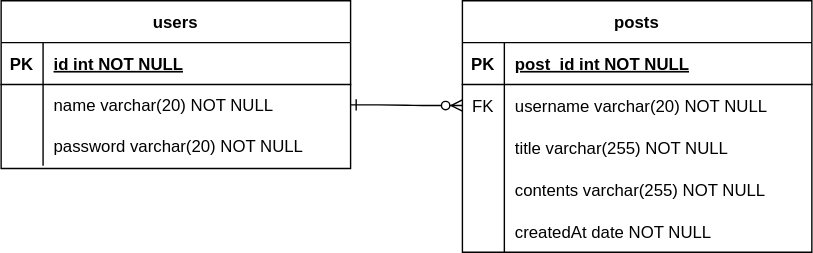
Chaeyounglim/myBlog keeps this draw.io diagram as DB Structure.drawio.svg. Above is the earlier version. Source tidied: cells renumbered, new cells last; positions are measured from the earlier drawing's top-left corner, leaving out a move shared by most shapes. The source it was exported from:
```xml
<mxGraphModel background="#FFFFFF">
  <root>
    <mxCell id="0" />
    <mxCell id="1" parent="0" />
    <mxCell id="2" style="edgeStyle=entityRelationEdgeStyle;endArrow=ERzeroToMany;startArrow=ERone;endFill=1;startFill=0;exitX=1;exitY=0.5;exitDx=0;exitDy=0;" parent="1" edge="1" source="23" target="7">
      <mxGeometry relative="1" as="geometry" />
    </mxCell>
    <mxCell id="3" value="posts" style="shape=table;startSize=30;rowLines=0;fontStyle=1;align=center;" parent="1" vertex="1">
      <mxGeometry x="330" width="250" height="180" as="geometry" />
    </mxCell>
    <mxCell id="4" style="shape=partialRectangle;fillColor=none;top=0;left=0;right=0;bottom=1;" parent="3" vertex="1">
      <mxGeometry y="30" width="250" height="30" as="geometry" />
    </mxCell>
    <mxCell id="5" value="PK" style="shape=partialRectangle;overflow=hidden;fillColor=none;top=0;left=0;bottom=0;right=0;fontStyle=1;" parent="4" vertex="1">
      <mxGeometry width="30" height="30" as="geometry" />
    </mxCell>
    <mxCell id="6" value="post_id int NOT NULL " style="shape=partialRectangle;overflow=hidden;fillColor=none;top=0;left=0;bottom=0;right=0;align=left;spacingLeft=6;fontStyle=5;" parent="4" vertex="1">
      <mxGeometry x="30" width="220" height="30" as="geometry" />
    </mxCell>
    <mxCell id="7" style="shape=partialRectangle;fillColor=none;points=[[0,0.5],[1,0.5]];portConstraint=eastwest;top=0;left=0;right=0;bottom=0;" parent="3" vertex="1">
      <mxGeometry y="60" width="250" height="30" as="geometry" />
    </mxCell>
    <mxCell id="8" value="FK" style="shape=partialRectangle;overflow=hidden;fillColor=none;top=0;left=0;bottom=0;right=0;" parent="7" vertex="1">
      <mxGeometry width="30" height="30" as="geometry" />
    </mxCell>
    <mxCell id="9" value="username varchar(20) NOT NULL" style="shape=partialRectangle;overflow=hidden;fillColor=none;top=0;left=0;bottom=0;right=0;align=left;spacingLeft=6;" parent="7" vertex="1">
      <mxGeometry x="30" width="220" height="30" as="geometry" />
    </mxCell>
    <mxCell id="10" style="shape=partialRectangle;fillColor=none;top=0;left=0;right=0;bottom=0;" parent="3" vertex="1">
      <mxGeometry y="90" width="250" height="30" as="geometry" />
    </mxCell>
    <mxCell id="11" style="shape=partialRectangle;overflow=hidden;fillColor=none;top=0;left=0;bottom=0;right=0;" parent="10" vertex="1">
      <mxGeometry width="30" height="30" as="geometry" />
    </mxCell>
    <mxCell id="12" value="title varchar(255) NOT NULL" style="shape=partialRectangle;overflow=hidden;fillColor=none;top=0;left=0;bottom=0;right=0;align=left;spacingLeft=6;" parent="10" vertex="1">
      <mxGeometry x="30" width="220" height="30" as="geometry" />
    </mxCell>
    <mxCell id="13" style="shape=partialRectangle;fillColor=none;top=0;left=0;right=0;bottom=0;" parent="3" vertex="1">
      <mxGeometry y="120" width="250" height="30" as="geometry" />
    </mxCell>
    <mxCell id="14" style="shape=partialRectangle;overflow=hidden;fillColor=none;top=0;left=0;bottom=0;right=0;" parent="13" vertex="1">
      <mxGeometry width="30" height="30" as="geometry" />
    </mxCell>
    <mxCell id="15" value="contents varchar(255) NOT NULL" style="shape=partialRectangle;overflow=hidden;fillColor=none;top=0;left=0;bottom=0;right=0;align=left;spacingLeft=6;" parent="13" vertex="1">
      <mxGeometry x="30" width="220" height="30" as="geometry" />
    </mxCell>
    <mxCell id="16" style="shape=partialRectangle;fillColor=none;top=0;left=0;right=0;bottom=0;" parent="3" vertex="1">
      <mxGeometry y="150" width="250" height="30" as="geometry" />
    </mxCell>
    <mxCell id="17" style="shape=partialRectangle;overflow=hidden;fillColor=none;top=0;left=0;bottom=0;right=0;" parent="16" vertex="1">
      <mxGeometry width="30" height="30" as="geometry" />
    </mxCell>
    <mxCell id="18" value="createdAt date NOT NULL" style="shape=partialRectangle;overflow=hidden;fillColor=none;top=0;left=0;bottom=0;right=0;align=left;spacingLeft=6;" parent="16" vertex="1">
      <mxGeometry x="30" width="220" height="30" as="geometry" />
    </mxCell>
    <mxCell id="19" value="users" style="shape=table;startSize=30;rowLines=0;fontStyle=1;align=center;" parent="1" vertex="1">
      <mxGeometry width="250" height="120" as="geometry" />
    </mxCell>
    <mxCell id="20" style="shape=partialRectangle;fillColor=none;top=0;left=0;right=0;bottom=1;" parent="19" vertex="1">
      <mxGeometry y="30" width="250" height="30" as="geometry" />
    </mxCell>
    <mxCell id="21" value="PK" style="shape=partialRectangle;overflow=hidden;fillColor=none;top=0;left=0;bottom=0;right=0;fontStyle=1;" parent="20" vertex="1">
      <mxGeometry width="30" height="30" as="geometry" />
    </mxCell>
    <mxCell id="22" value="id int NOT NULL " style="shape=partialRectangle;overflow=hidden;fillColor=none;top=0;left=0;bottom=0;right=0;align=left;spacingLeft=6;fontStyle=5;" parent="20" vertex="1">
      <mxGeometry x="30" width="220" height="30" as="geometry" />
    </mxCell>
    <mxCell id="23" style="shape=partialRectangle;fillColor=none;points=[[0,0.5],[1,0.5]];portConstraint=eastwest;top=0;left=0;right=0;bottom=0;" parent="19" vertex="1">
      <mxGeometry y="60" width="250" height="29" as="geometry" />
    </mxCell>
    <mxCell id="24" style="shape=partialRectangle;overflow=hidden;fillColor=none;top=0;left=0;bottom=0;right=0;" parent="23" vertex="1">
      <mxGeometry width="30" height="29" as="geometry" />
    </mxCell>
    <mxCell id="25" value="name varchar(20) NOT NULL" style="shape=partialRectangle;overflow=hidden;fillColor=none;top=0;left=0;bottom=0;right=0;align=left;spacingLeft=6;" parent="23" vertex="1">
      <mxGeometry x="30" width="220" height="29" as="geometry" />
    </mxCell>
    <mxCell id="26" style="shape=partialRectangle;fillColor=none;top=0;left=0;right=0;bottom=0;" parent="19" vertex="1">
      <mxGeometry y="89" width="250" height="29" as="geometry" />
    </mxCell>
    <mxCell id="27" style="shape=partialRectangle;overflow=hidden;fillColor=none;top=0;left=0;bottom=0;right=0;" parent="26" vertex="1">
      <mxGeometry width="30" height="29" as="geometry" />
    </mxCell>
    <mxCell id="28" value="password varchar(20) NOT NULL" style="shape=partialRectangle;overflow=hidden;fillColor=none;top=0;left=0;bottom=0;right=0;align=left;spacingLeft=6;" parent="26" vertex="1">
      <mxGeometry x="30" width="220" height="29" as="geometry" />
    </mxCell>
  </root>
</mxGraphModel>
```
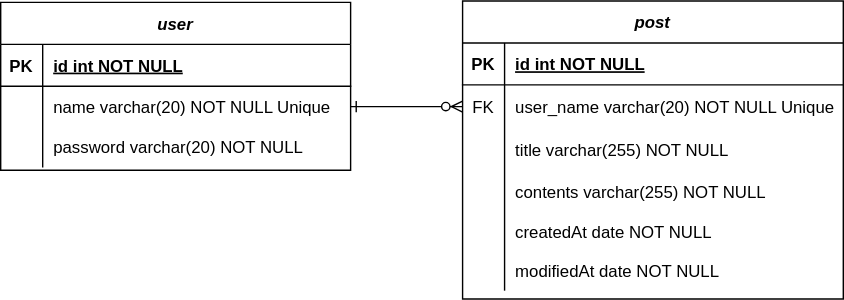
After the commit.

Change to the diagram source:
```diff
@@ -5,55 +5,64 @@
     <mxCell id="2" style="edgeStyle=entityRelationEdgeStyle;endArrow=ERzeroToMany;startArrow=ERone;endFill=1;startFill=0;exitX=1;exitY=0.5;exitDx=0;exitDy=0;" parent="1" edge="1" source="23" target="7">
       <mxGeometry relative="1" as="geometry" />
     </mxCell>
-    <mxCell id="3" value="posts" style="shape=table;startSize=30;rowLines=0;fontStyle=1;align=center;" parent="1" vertex="1">
-      <mxGeometry x="330" width="250" height="180" as="geometry" />
+    <mxCell id="3" value="post" style="shape=table;startSize=30;rowLines=0;fontStyle=3;align=center;" parent="1" vertex="1">
+      <mxGeometry x="330" y="-1" width="272" height="213" as="geometry" />
     </mxCell>
     <mxCell id="4" style="shape=partialRectangle;fillColor=none;top=0;left=0;right=0;bottom=1;" parent="3" vertex="1">
-      <mxGeometry y="30" width="250" height="30" as="geometry" />
+      <mxGeometry y="30" width="272" height="30" as="geometry" />
     </mxCell>
     <mxCell id="5" value="PK" style="shape=partialRectangle;overflow=hidden;fillColor=none;top=0;left=0;bottom=0;right=0;fontStyle=1;" parent="4" vertex="1">
       <mxGeometry width="30" height="30" as="geometry" />
     </mxCell>
-    <mxCell id="6" value="post_id int NOT NULL " style="shape=partialRectangle;overflow=hidden;fillColor=none;top=0;left=0;bottom=0;right=0;align=left;spacingLeft=6;fontStyle=5;" parent="4" vertex="1">
-      <mxGeometry x="30" width="220" height="30" as="geometry" />
+    <mxCell id="6" value="id int NOT NULL " style="shape=partialRectangle;overflow=hidden;fillColor=none;top=0;left=0;bottom=0;right=0;align=left;spacingLeft=6;fontStyle=5;" parent="4" vertex="1">
+      <mxGeometry x="30" width="242" height="30" as="geometry" />
     </mxCell>
     <mxCell id="7" style="shape=partialRectangle;fillColor=none;points=[[0,0.5],[1,0.5]];portConstraint=eastwest;top=0;left=0;right=0;bottom=0;" parent="3" vertex="1">
-      <mxGeometry y="60" width="250" height="30" as="geometry" />
+      <mxGeometry y="60" width="272" height="31" as="geometry" />
     </mxCell>
     <mxCell id="8" value="FK" style="shape=partialRectangle;overflow=hidden;fillColor=none;top=0;left=0;bottom=0;right=0;" parent="7" vertex="1">
-      <mxGeometry width="30" height="30" as="geometry" />
+      <mxGeometry width="30" height="31" as="geometry" />
     </mxCell>
-    <mxCell id="9" value="username varchar(20) NOT NULL" style="shape=partialRectangle;overflow=hidden;fillColor=none;top=0;left=0;bottom=0;right=0;align=left;spacingLeft=6;" parent="7" vertex="1">
-      <mxGeometry x="30" width="220" height="30" as="geometry" />
+    <mxCell id="9" value="user_name varchar(20) NOT NULL Unique" style="shape=partialRectangle;overflow=hidden;fillColor=none;top=0;left=0;bottom=0;right=0;align=left;spacingLeft=6;" parent="7" vertex="1">
+      <mxGeometry x="30" width="242" height="31" as="geometry" />
     </mxCell>
     <mxCell id="10" style="shape=partialRectangle;fillColor=none;top=0;left=0;right=0;bottom=0;" parent="3" vertex="1">
-      <mxGeometry y="90" width="250" height="30" as="geometry" />
+      <mxGeometry y="91" width="272" height="30" as="geometry" />
     </mxCell>
     <mxCell id="11" style="shape=partialRectangle;overflow=hidden;fillColor=none;top=0;left=0;bottom=0;right=0;" parent="10" vertex="1">
       <mxGeometry width="30" height="30" as="geometry" />
     </mxCell>
     <mxCell id="12" value="title varchar(255) NOT NULL" style="shape=partialRectangle;overflow=hidden;fillColor=none;top=0;left=0;bottom=0;right=0;align=left;spacingLeft=6;" parent="10" vertex="1">
-      <mxGeometry x="30" width="220" height="30" as="geometry" />
+      <mxGeometry x="30" width="242" height="30" as="geometry" />
     </mxCell>
     <mxCell id="13" style="shape=partialRectangle;fillColor=none;top=0;left=0;right=0;bottom=0;" parent="3" vertex="1">
-      <mxGeometry y="120" width="250" height="30" as="geometry" />
+      <mxGeometry y="121" width="272" height="30" as="geometry" />
     </mxCell>
     <mxCell id="14" style="shape=partialRectangle;overflow=hidden;fillColor=none;top=0;left=0;bottom=0;right=0;" parent="13" vertex="1">
       <mxGeometry width="30" height="30" as="geometry" />
     </mxCell>
     <mxCell id="15" value="contents varchar(255) NOT NULL" style="shape=partialRectangle;overflow=hidden;fillColor=none;top=0;left=0;bottom=0;right=0;align=left;spacingLeft=6;" parent="13" vertex="1">
-      <mxGeometry x="30" width="220" height="30" as="geometry" />
+      <mxGeometry x="30" width="242" height="30" as="geometry" />
     </mxCell>
     <mxCell id="16" style="shape=partialRectangle;fillColor=none;top=0;left=0;right=0;bottom=0;" parent="3" vertex="1">
-      <mxGeometry y="150" width="250" height="30" as="geometry" />
+      <mxGeometry y="151" width="272" height="28" as="geometry" />
     </mxCell>
     <mxCell id="17" style="shape=partialRectangle;overflow=hidden;fillColor=none;top=0;left=0;bottom=0;right=0;" parent="16" vertex="1">
-      <mxGeometry width="30" height="30" as="geometry" />
+      <mxGeometry width="30" height="28" as="geometry" />
     </mxCell>
     <mxCell id="18" value="createdAt date NOT NULL" style="shape=partialRectangle;overflow=hidden;fillColor=none;top=0;left=0;bottom=0;right=0;align=left;spacingLeft=6;" parent="16" vertex="1">
-      <mxGeometry x="30" width="220" height="30" as="geometry" />
+      <mxGeometry x="30" width="242" height="28" as="geometry" />
     </mxCell>
+    <mxCell id="29" style="shape=partialRectangle;fillColor=none;top=0;left=0;right=0;bottom=0;" parent="3" vertex="1">
+      <mxGeometry y="179" width="272" height="28" as="geometry" />
+    </mxCell>
+    <mxCell id="30" style="shape=partialRectangle;overflow=hidden;fillColor=none;top=0;left=0;bottom=0;right=0;" parent="29" vertex="1">
+      <mxGeometry width="30" height="28" as="geometry" />
+    </mxCell>
+    <mxCell id="31" value="modifiedAt date NOT NULL" style="shape=partialRectangle;overflow=hidden;fillColor=none;top=0;left=0;bottom=0;right=0;align=left;spacingLeft=6;" parent="29" vertex="1">
+      <mxGeometry x="30" width="242" height="28" as="geometry" />
+    </mxCell>
-    <mxCell id="19" value="users" style="shape=table;startSize=30;rowLines=0;fontStyle=1;align=center;" parent="1" vertex="1">
+    <mxCell id="19" value="user" style="shape=table;startSize=30;rowLines=0;fontStyle=3;align=center;" parent="1" vertex="1">
       <mxGeometry width="250" height="120" as="geometry" />
     </mxCell>
     <mxCell id="20" style="shape=partialRectangle;fillColor=none;top=0;left=0;right=0;bottom=1;" parent="19" vertex="1">
@@ -71,7 +80,7 @@
     <mxCell id="24" style="shape=partialRectangle;overflow=hidden;fillColor=none;top=0;left=0;bottom=0;right=0;" parent="23" vertex="1">
       <mxGeometry width="30" height="29" as="geometry" />
     </mxCell>
-    <mxCell id="25" value="name varchar(20) NOT NULL" style="shape=partialRectangle;overflow=hidden;fillColor=none;top=0;left=0;bottom=0;right=0;align=left;spacingLeft=6;" parent="23" vertex="1">
+    <mxCell id="25" value="name varchar(20) NOT NULL Unique" style="shape=partialRectangle;overflow=hidden;fillColor=none;top=0;left=0;bottom=0;right=0;align=left;spacingLeft=6;" parent="23" vertex="1">
       <mxGeometry x="30" width="220" height="29" as="geometry" />
     </mxCell>
     <mxCell id="26" style="shape=partialRectangle;fillColor=none;top=0;left=0;right=0;bottom=0;" parent="19" vertex="1">
```
